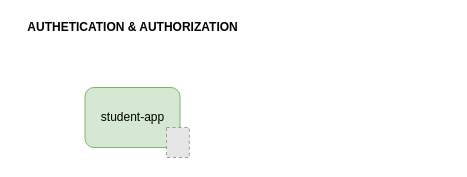
The draw.io diagram spring-security-with-keycloak-app.drawio in CarlosRobertoMedeiros/study-spring-security-with-keycloak, before the edit. Source tidied: cells renumbered, new cells numbered last; positions are measured from the earlier drawing's top-left corner, leaving out a move shared by most shapes. Both pictures are drawn from the tidied source at 100%, with x=0, y=0 at pixel (17, 17). Pictures stored in the file or linked from it are replaced by grey dashed boxes.
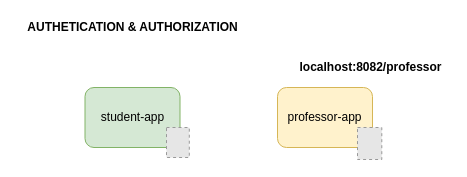
The same diagram, later.

Change to the diagram source:
```diff
@@
 <mxGraphModel>
   <root>
     <mxCell id="0" />
     <mxCell id="1" parent="0" />
     <mxCell id="2" value="&lt;b&gt;AUTHETICATION &amp;amp; AUTHORIZATION&lt;/b&gt;" style="text;html=1;align=center;verticalAlign=middle;strokeColor=none;fillColor=none;" parent="1" vertex="1">
       <mxGeometry width="230" height="20" as="geometry" />
     </mxCell>
     <mxCell id="3" value="student-app" style="rounded=1;whiteSpace=wrap;html=1;fillColor=#d5e8d4;strokeColor=#82b366;" parent="1" vertex="1">
       <mxGeometry x="67.5" y="70" width="95" height="60" as="geometry" />
     </mxCell>
     <mxCell id="4" style="fillColor=#E6E6E6;strokeColor=#999999;dashed=1;verticalLabelPosition=bottom;labelBackgroundColor=default;verticalAlign=top;" parent="1" vertex="1">
       <mxGeometry x="149" y="110" width="22.8" height="30" as="geometry" />
     </mxCell>
+    <mxCell id="5" value="professor-app" style="rounded=1;whiteSpace=wrap;html=1;fillColor=#fff2cc;strokeColor=#d6b656;" parent="1" vertex="1">
+      <mxGeometry x="260" y="70" width="95" height="60" as="geometry" />
+    </mxCell>
+    <mxCell id="6" style="fillColor=#E6E6E6;strokeColor=#999999;dashed=1;verticalLabelPosition=bottom;labelBackgroundColor=default;verticalAlign=top;" parent="1" vertex="1">
+      <mxGeometry x="340" y="110" width="24.3" height="32" as="geometry" />
+    </mxCell>
+    <mxCell id="7" value="&lt;b&gt;localhost:8082/professor&lt;/b&gt;" style="text;html=1;align=center;verticalAlign=middle;strokeColor=none;fillColor=none;" parent="1" vertex="1">
+      <mxGeometry x="272.9" y="40" width="160" height="20" as="geometry" />
+    </mxCell>
   </root>
 </mxGraphModel>
```
